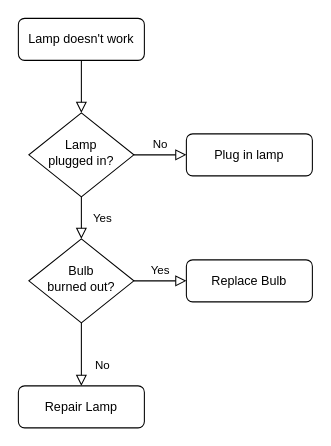
Before: Untitled Diagram.drawio in thenol/Data-Visualization, a draw.io diagram. Source tidied: cells renumbered, new cells numbered last; positions are measured from the earlier drawing's top-left corner, leaving out a move shared by most shapes. Both pictures are drawn from the tidied source at 105%, with x=0, y=0 at pixel (18, 18).
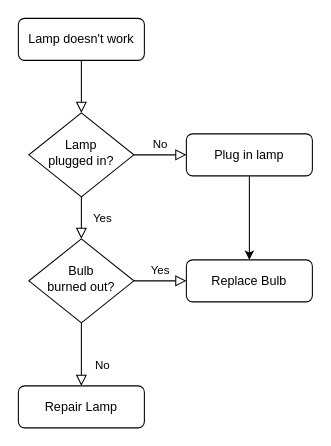
Above is the later version.

Change to the diagram source:
```diff
@@
 <mxGraphModel>
   <root>
     <mxCell id="0" />
     <mxCell id="1" parent="0" />
     <mxCell id="2" style="rounded=0;html=1;jettySize=auto;fontSize=11;endArrow=block;endFill=0;endSize=8;strokeWidth=1;shadow=0;labelBackgroundColor=none;edgeStyle=orthogonalEdgeStyle;" parent="1" edge="1" source="3" target="6">
       <mxGeometry relative="1" as="geometry" />
     </mxCell>
     <mxCell id="3" value="Lamp doesn't work" style="rounded=1;whiteSpace=wrap;html=1;fontSize=12;glass=0;strokeWidth=1;shadow=0;" parent="1" vertex="1">
       <mxGeometry width="120" height="40" as="geometry" />
     </mxCell>
     <mxCell id="4" value="Yes" style="rounded=0;html=1;jettySize=auto;fontSize=11;endArrow=block;endFill=0;endSize=8;strokeWidth=1;shadow=0;labelBackgroundColor=none;edgeStyle=orthogonalEdgeStyle;" parent="1" edge="1" source="6" target="10">
       <mxGeometry y="20" relative="1" as="geometry" />
     </mxCell>
     <mxCell id="5" value="No" style="edgeStyle=orthogonalEdgeStyle;rounded=0;html=1;jettySize=auto;fontSize=11;endArrow=block;endFill=0;endSize=8;strokeWidth=1;shadow=0;labelBackgroundColor=none;" parent="1" edge="1" source="6" target="7">
       <mxGeometry y="10" relative="1" as="geometry" />
     </mxCell>
     <mxCell id="6" value="Lamp&lt;br&gt;plugged in?" style="rhombus;whiteSpace=wrap;html=1;shadow=0;fontFamily=Helvetica;fontSize=12;align=center;strokeWidth=1;spacing=6;spacingTop=-4;" parent="1" vertex="1">
       <mxGeometry x="10" y="90" width="100" height="80" as="geometry" />
     </mxCell>
+    <mxCell id="13" style="edgeStyle=orthogonalEdgeStyle;rounded=0;jettySize=auto;html=1;flowAnimation=1;" parent="1" edge="1" source="7" target="12">
+      <mxGeometry relative="1" as="geometry" />
+    </mxCell>
     <mxCell id="7" value="Plug in lamp" style="rounded=1;whiteSpace=wrap;html=1;fontSize=12;glass=0;strokeWidth=1;shadow=0;" parent="1" vertex="1">
       <mxGeometry x="160" y="110" width="120" height="40" as="geometry" />
     </mxCell>
     <mxCell id="8" value="No" style="rounded=0;html=1;jettySize=auto;fontSize=11;endArrow=block;endFill=0;endSize=8;strokeWidth=1;shadow=0;labelBackgroundColor=none;edgeStyle=orthogonalEdgeStyle;" parent="1" edge="1" source="10" target="11">
       <mxGeometry x="0.33" y="20" relative="1" as="geometry" />
     </mxCell>
     <mxCell id="9" value="Yes" style="edgeStyle=orthogonalEdgeStyle;rounded=0;html=1;jettySize=auto;fontSize=11;endArrow=block;endFill=0;endSize=8;strokeWidth=1;shadow=0;labelBackgroundColor=none;" parent="1" edge="1" source="10" target="12">
       <mxGeometry y="10" relative="1" as="geometry" />
     </mxCell>
     <mxCell id="10" value="Bulb&lt;br&gt;burned out?" style="rhombus;whiteSpace=wrap;html=1;shadow=0;fontFamily=Helvetica;fontSize=12;align=center;strokeWidth=1;spacing=6;spacingTop=-4;" parent="1" vertex="1">
       <mxGeometry x="10" y="210" width="100" height="80" as="geometry" />
     </mxCell>
     <mxCell id="11" value="Repair Lamp" style="rounded=1;whiteSpace=wrap;html=1;fontSize=12;glass=0;strokeWidth=1;shadow=0;" parent="1" vertex="1">
       <mxGeometry y="350" width="120" height="40" as="geometry" />
     </mxCell>
     <mxCell id="12" value="Replace Bulb" style="rounded=1;whiteSpace=wrap;html=1;fontSize=12;glass=0;strokeWidth=1;shadow=0;" parent="1" vertex="1">
       <mxGeometry x="160" y="230" width="120" height="40" as="geometry" />
     </mxCell>
   </root>
 </mxGraphModel>
```
